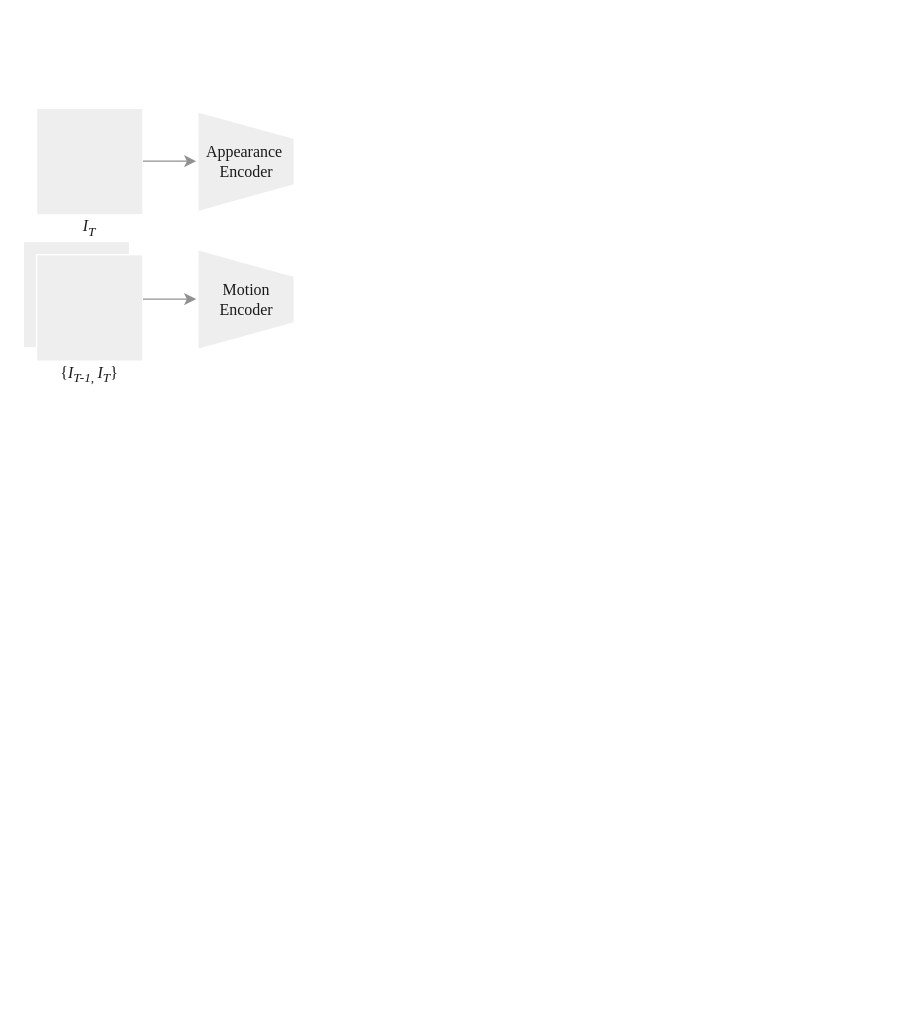
The draw.io diagram 未命名绘图.drawio in cwt000297/CS-Books, before the edit. Source tidied: cells renumbered, new cells numbered last; positions are measured from the earlier drawing's top-left corner, leaving out a move shared by most shapes. Both pictures are drawn from the tidied source at 133%, with x=0, y=0 at pixel (23, 108).
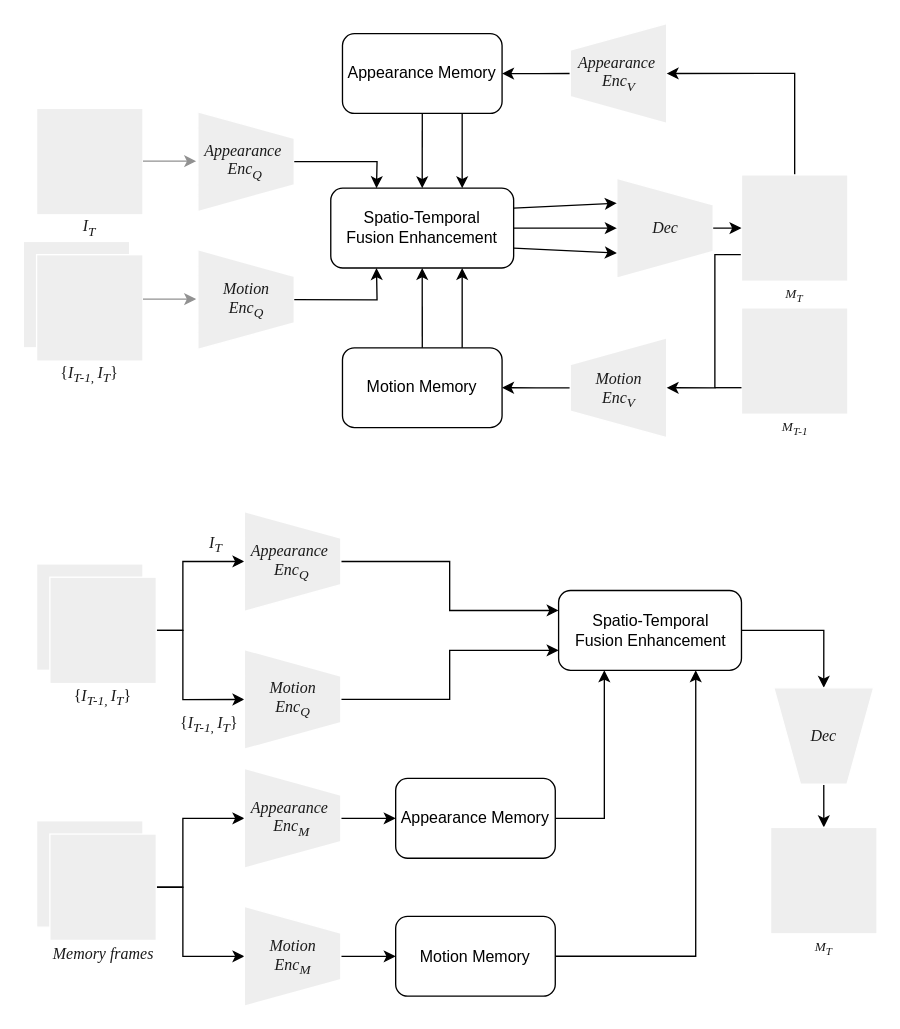
After the change.

Commit message:
更新未命名绘图.drawio

Unchanged cells that the change refers to:
```xml
<mxCell id="8" style="shape=trapezoid;perimeter=trapezoidPerimeter;whiteSpace=wrap;html=1;fixedSize=1;strokeColor=#FFFFFF;fontColor=#1A1A1A;fillColor=#EEEEEE;rotation=90;" parent="1" vertex="1">
  <mxGeometry x="130" y="3.8" width="75" height="72.5" as="geometry" />
</mxCell>
<mxCell id="11" style="shape=trapezoid;perimeter=trapezoidPerimeter;whiteSpace=wrap;html=1;fixedSize=1;strokeColor=#FFFFFF;fontColor=#1A1A1A;fillColor=#EEEEEE;rotation=90;" parent="1" vertex="1">
  <mxGeometry x="130" y="107.5" width="75" height="72.5" as="geometry" />
</mxCell>
```

Diff of the diagram source:
```diff
@@
-    <mxCell id="9" value="&lt;font face=&quot;Times New Roman&quot;&gt;Appearance&amp;nbsp;&lt;br&gt;Encoder&lt;br&gt;&lt;/font&gt;" style="text;strokeColor=none;align=center;fillColor=none;html=1;verticalAlign=middle;whiteSpace=wrap;rounded=0;fontColor=#1A1A1A;" parent="1" vertex="1">
-      <mxGeometry x="142.5" y="30" width="50" height="20" as="geometry" />
+    <mxCell id="9" value="&lt;font face=&quot;Times New Roman&quot;&gt;&lt;i&gt;Appearance&amp;nbsp;&lt;br&gt;Enc&lt;sub&gt;Q&lt;/sub&gt;&lt;/i&gt;&lt;br&gt;&lt;/font&gt;" style="text;strokeColor=none;align=center;fillColor=none;html=1;verticalAlign=middle;whiteSpace=wrap;rounded=0;fontColor=#1A1A1A;" parent="1" vertex="1">
+      <mxGeometry x="142.5" y="30" width="47.5" height="20" as="geometry" />
     </mxCell>
@@
-    <mxCell id="12" value="&lt;font face=&quot;Times New Roman&quot;&gt;Motion&lt;br&gt;Encoder&lt;br&gt;&lt;/font&gt;" style="text;strokeColor=none;align=center;fillColor=none;html=1;verticalAlign=middle;whiteSpace=wrap;rounded=0;fontColor=#1A1A1A;" parent="1" vertex="1">
+    <mxCell id="12" value="&lt;font face=&quot;Times New Roman&quot;&gt;&lt;i&gt;Motion&lt;br&gt;Enc&lt;sub&gt;Q&lt;/sub&gt;&lt;/i&gt;&lt;br&gt;&lt;/font&gt;" style="text;strokeColor=none;align=center;fillColor=none;html=1;verticalAlign=middle;whiteSpace=wrap;rounded=0;fontColor=#1A1A1A;" parent="1" vertex="1">
       <mxGeometry x="142.5" y="133.8" width="50" height="20" as="geometry" />
     </mxCell>
+    <mxCell id="13" value="Motion Memory" style="rounded=1;whiteSpace=wrap;html=1;" parent="1" vertex="1">
+      <mxGeometry x="240" y="180" width="120" height="60" as="geometry" />
+    </mxCell>
+    <mxCell id="14" value="Appearance Memory" style="rounded=1;whiteSpace=wrap;html=1;" parent="1" vertex="1">
+      <mxGeometry x="240" y="-56.2" width="120" height="60" as="geometry" />
+    </mxCell>
+    <mxCell id="15" style="shape=trapezoid;perimeter=trapezoidPerimeter;whiteSpace=wrap;html=1;fixedSize=1;strokeColor=#FFFFFF;fontColor=#1A1A1A;fillColor=#EEEEEE;rotation=90;" parent="1" vertex="1">
+      <mxGeometry x="445" y="53.8" width="75" height="72.5" as="geometry" />
+    </mxCell>
+    <mxCell id="16" value="&lt;font face=&quot;Times New Roman&quot;&gt;&lt;i&gt;Dec&lt;/i&gt;&lt;br&gt;&lt;/font&gt;" style="text;strokeColor=none;align=center;fillColor=none;html=1;verticalAlign=middle;whiteSpace=wrap;rounded=0;fontColor=#1A1A1A;" parent="1" vertex="1">
+      <mxGeometry x="457.5" y="80" width="50" height="20" as="geometry" />
+    </mxCell>
+    <mxCell id="17" style="edgeStyle=orthogonalEdgeStyle;rounded=0;jettySize=auto;html=1;" parent="1" edge="1" source="18" target="13">
+      <mxGeometry relative="1" as="geometry" />
+    </mxCell>
+    <mxCell id="18" style="shape=trapezoid;perimeter=trapezoidPerimeter;whiteSpace=wrap;html=1;fixedSize=1;strokeColor=#FFFFFF;fontColor=#1A1A1A;fillColor=#EEEEEE;rotation=90;direction=west;" parent="1" vertex="1">
+      <mxGeometry x="410" y="173.8" width="75" height="72.5" as="geometry" />
+    </mxCell>
+    <mxCell id="19" value="&lt;font face=&quot;Times New Roman&quot;&gt;&lt;i&gt;Motion&lt;br&gt;Enc&lt;sub&gt;V&lt;/sub&gt;&lt;/i&gt;&lt;br&gt;&lt;/font&gt;" style="text;strokeColor=none;align=center;fillColor=none;html=1;verticalAlign=middle;whiteSpace=wrap;rounded=0;fontColor=#1A1A1A;" parent="1" vertex="1">
+      <mxGeometry x="422.5" y="203.8" width="50" height="16.2" as="geometry" />
+    </mxCell>
+    <mxCell id="20" style="edgeStyle=orthogonalEdgeStyle;rounded=0;jettySize=auto;html=1;" parent="1" edge="1" source="21" target="14">
+      <mxGeometry relative="1" as="geometry" />
+    </mxCell>
+    <mxCell id="21" style="shape=trapezoid;perimeter=trapezoidPerimeter;whiteSpace=wrap;html=1;fixedSize=1;strokeColor=#FFFFFF;fontColor=#1A1A1A;fillColor=#EEEEEE;rotation=90;direction=west;" parent="1" vertex="1">
+      <mxGeometry x="410" y="-62.5" width="75" height="72.5" as="geometry" />
+    </mxCell>
+    <mxCell id="22" value="&lt;font face=&quot;Times New Roman&quot;&gt;&lt;i&gt;Appearance&amp;nbsp;&lt;br&gt;Enc&lt;sub&gt;V&lt;/sub&gt;&lt;/i&gt;&lt;br&gt;&lt;/font&gt;" style="text;strokeColor=none;align=center;fillColor=none;html=1;verticalAlign=middle;whiteSpace=wrap;rounded=0;fontColor=#1A1A1A;" parent="1" vertex="1">
+      <mxGeometry x="422.5" y="-36.2" width="50" height="20" as="geometry" />
+    </mxCell>
+    <mxCell id="23" style="edgeStyle=orthogonalEdgeStyle;rounded=0;jettySize=auto;html=1;exitX=0;exitY=0.75;exitDx=0;exitDy=0;entryX=0.5;entryY=1;entryDx=0;entryDy=0;horizontal=1;" parent="1" edge="1" source="25" target="18">
+      <mxGeometry relative="1" as="geometry">
+        <Array as="points">
+          <mxPoint x="520" y="110.5" />
+          <mxPoint x="520" y="210.5" />
+        </Array>
+      </mxGeometry>
+    </mxCell>
+    <mxCell id="24" style="edgeStyle=orthogonalEdgeStyle;rounded=0;jettySize=auto;html=1;entryX=0.5;entryY=1;entryDx=0;entryDy=0;" parent="1" edge="1" source="25" target="21">
+      <mxGeometry relative="1" as="geometry">
+        <Array as="points">
+          <mxPoint x="580" y="-26.5" />
+        </Array>
+      </mxGeometry>
+    </mxCell>
+    <mxCell id="25" style="whiteSpace=wrap;html=1;strokeColor=#FFFFFF;fontColor=#1A1A1A;fillColor=#EEEEEE;shadow=0;" parent="1" vertex="1">
+      <mxGeometry x="540" y="50" width="80" height="80" as="geometry" />
+    </mxCell>
+    <mxCell id="26" style="whiteSpace=wrap;html=1;strokeColor=#FFFFFF;fontColor=#1A1A1A;fillColor=#EEEEEE;shadow=0;" parent="1" vertex="1">
+      <mxGeometry x="540" y="150" width="80" height="80" as="geometry" />
+    </mxCell>
+    <mxCell id="27" value="&lt;font size=&quot;1&quot; face=&quot;Times New Roman&quot;&gt;&lt;i&gt;M&lt;sub&gt;T&lt;/sub&gt;&lt;/i&gt;&lt;/font&gt;" style="text;strokeColor=none;align=center;fillColor=none;html=1;verticalAlign=middle;whiteSpace=wrap;rounded=0;fontColor=#1A1A1A;" parent="1" vertex="1">
+      <mxGeometry x="571.2" y="130" width="17.5" height="20" as="geometry" />
+    </mxCell>
+    <mxCell id="28" value="Spatio-Temporal&lt;br&gt;Fusion Enhancement" style="rounded=1;whiteSpace=wrap;html=1;" parent="1" vertex="1">
+      <mxGeometry x="231.2" y="60" width="137.5" height="60" as="geometry" />
+    </mxCell>
+    <mxCell id="29" style="endArrow=classic;html=1;rounded=0;exitX=0.5;exitY=0;exitDx=0;exitDy=0;entryX=0.25;entryY=0;entryDx=0;entryDy=0;" parent="1" edge="1" source="8" target="28">
+      <mxGeometry relative="1" as="geometry">
+        <Array as="points">
+          <mxPoint x="266" y="40" />
+        </Array>
+      </mxGeometry>
+    </mxCell>
+    <mxCell id="30" style="endArrow=classic;html=1;rounded=0;exitX=0.5;exitY=1;exitDx=0;exitDy=0;entryX=0.5;entryY=0;entryDx=0;entryDy=0;" parent="1" edge="1" source="14" target="28">
+      <mxGeometry relative="1" as="geometry" />
+    </mxCell>
+    <mxCell id="31" style="endArrow=classic;html=1;rounded=0;exitX=0.75;exitY=1;exitDx=0;exitDy=0;" parent="1" edge="1" source="14">
+      <mxGeometry relative="1" as="geometry">
+        <mxPoint x="330" y="60" as="targetPoint" />
+      </mxGeometry>
+    </mxCell>
+    <mxCell id="32" style="endArrow=classic;html=1;rounded=0;exitX=0.5;exitY=0;exitDx=0;exitDy=0;entryX=0.25;entryY=1;entryDx=0;entryDy=0;" parent="1" edge="1" source="11" target="28">
+      <mxGeometry relative="1" as="geometry">
+        <Array as="points">
+          <mxPoint x="266" y="144" />
+        </Array>
+      </mxGeometry>
+    </mxCell>
+    <mxCell id="33" style="endArrow=classic;html=1;rounded=0;exitX=0.5;exitY=0;exitDx=0;exitDy=0;entryX=0.5;entryY=1;entryDx=0;entryDy=0;" parent="1" edge="1" source="13" target="28">
+      <mxGeometry relative="1" as="geometry" />
+    </mxCell>
+    <mxCell id="34" style="endArrow=classic;html=1;rounded=0;exitX=0.75;exitY=0;exitDx=0;exitDy=0;" parent="1" edge="1" source="13">
+      <mxGeometry relative="1" as="geometry">
+        <mxPoint x="330" y="120" as="targetPoint" />
+      </mxGeometry>
+    </mxCell>
+    <mxCell id="35" style="endArrow=classic;html=1;rounded=0;exitX=1;exitY=0.25;exitDx=0;exitDy=0;entryX=0.25;entryY=1;entryDx=0;entryDy=0;" parent="1" edge="1" source="28" target="15">
+      <mxGeometry relative="1" as="geometry" />
+    </mxCell>
+    <mxCell id="36" style="endArrow=classic;html=1;rounded=0;exitX=1;exitY=0.5;exitDx=0;exitDy=0;entryX=0.5;entryY=1;entryDx=0;entryDy=0;" parent="1" edge="1" source="28" target="15">
+      <mxGeometry relative="1" as="geometry" />
+    </mxCell>
+    <mxCell id="37" style="endArrow=classic;html=1;rounded=0;exitX=1;exitY=0.75;exitDx=0;exitDy=0;entryX=0.75;entryY=1;entryDx=0;entryDy=0;" parent="1" edge="1" source="28" target="15">
+      <mxGeometry relative="1" as="geometry" />
+    </mxCell>
+    <mxCell id="38" style="endArrow=classic;html=1;rounded=0;exitX=0.5;exitY=0;exitDx=0;exitDy=0;entryX=0;entryY=0.5;entryDx=0;entryDy=0;" parent="1" edge="1" source="15" target="25">
+      <mxGeometry relative="1" as="geometry" />
+    </mxCell>
+    <mxCell id="39" value="&lt;font size=&quot;1&quot; face=&quot;Times New Roman&quot;&gt;&lt;i&gt;M&lt;sub&gt;T-1&lt;/sub&gt;&lt;/i&gt;&lt;/font&gt;" style="text;strokeColor=none;align=center;fillColor=none;html=1;verticalAlign=middle;whiteSpace=wrap;rounded=0;fontColor=#1A1A1A;" parent="1" vertex="1">
+      <mxGeometry x="565.6" y="230" width="28.8" height="20" as="geometry" />
+    </mxCell>
+    <mxCell id="40" style="whiteSpace=wrap;html=1;strokeColor=#FFFFFF;fontColor=#1A1A1A;fillColor=#EEEEEE;shadow=0;" parent="1" vertex="1">
+      <mxGeometry x="10" y="342.5" width="80" height="80" as="geometry" />
+    </mxCell>
+    <mxCell id="41" style="edgeStyle=orthogonalEdgeStyle;rounded=0;jettySize=auto;html=1;" parent="1" edge="1" source="43" target="49">
+      <mxGeometry relative="1" as="geometry">
+        <Array as="points">
+          <mxPoint x="120" y="392.5" />
+          <mxPoint x="120" y="444.5" />
+        </Array>
+      </mxGeometry>
+    </mxCell>
+    <mxCell id="42" style="edgeStyle=orthogonalEdgeStyle;rounded=0;jettySize=auto;html=1;entryX=0.5;entryY=1;entryDx=0;entryDy=0;" parent="1" edge="1" source="43" target="46">
+      <mxGeometry relative="1" as="geometry">
+        <Array as="points">
+          <mxPoint x="120" y="392.5" />
+          <mxPoint x="120" y="340.5" />
+        </Array>
+      </mxGeometry>
+    </mxCell>
+    <mxCell id="43" style="whiteSpace=wrap;html=1;strokeColor=#FFFFFF;fontColor=#1A1A1A;fillColor=#EEEEEE;shadow=0;" parent="1" vertex="1">
+      <mxGeometry x="20" y="352.5" width="80" height="80" as="geometry" />
+    </mxCell>
+    <mxCell id="44" value="&lt;font face=&quot;Times New Roman&quot;&gt;{&lt;i&gt;I&lt;/i&gt;&lt;sub style=&quot;font-style: italic;&quot;&gt;T-1,&amp;nbsp;&lt;/sub&gt;&lt;i&gt;I&lt;/i&gt;&lt;sub style=&quot;font-style: italic;&quot;&gt;T&lt;/sub&gt;}&lt;/font&gt;" style="text;strokeColor=none;align=center;fillColor=none;html=1;verticalAlign=middle;whiteSpace=wrap;rounded=0;fontColor=#1A1A1A;" parent="1" vertex="1">
+      <mxGeometry x="35" y="432.5" width="50" height="20" as="geometry" />
+    </mxCell>
+    <mxCell id="45" style="edgeStyle=orthogonalEdgeStyle;rounded=0;jettySize=auto;html=1;entryX=0;entryY=0.25;entryDx=0;entryDy=0;" parent="1" edge="1" source="46" target="71">
+      <mxGeometry relative="1" as="geometry" />
+    </mxCell>
+    <mxCell id="46" style="shape=trapezoid;perimeter=trapezoidPerimeter;whiteSpace=wrap;html=1;fixedSize=1;strokeColor=#FFFFFF;fontColor=#1A1A1A;fillColor=#EEEEEE;rotation=90;" parent="1" vertex="1">
+      <mxGeometry x="165" y="304.4" width="75" height="72.5" as="geometry" />
+    </mxCell>
+    <mxCell id="47" value="&lt;font face=&quot;Times New Roman&quot;&gt;&lt;i&gt;Appearance&amp;nbsp;&lt;br&gt;Enc&lt;sub&gt;Q&lt;/sub&gt;&lt;/i&gt;&lt;br&gt;&lt;/font&gt;" style="text;strokeColor=none;align=center;fillColor=none;html=1;verticalAlign=middle;whiteSpace=wrap;rounded=0;fontColor=#1A1A1A;" parent="1" vertex="1">
+      <mxGeometry x="177.5" y="330.6" width="47.5" height="20" as="geometry" />
+    </mxCell>
+    <mxCell id="48" style="edgeStyle=orthogonalEdgeStyle;rounded=0;jettySize=auto;html=1;entryX=0;entryY=0.75;entryDx=0;entryDy=0;" parent="1" edge="1" source="49" target="71">
+      <mxGeometry relative="1" as="geometry" />
+    </mxCell>
+    <mxCell id="49" style="shape=trapezoid;perimeter=trapezoidPerimeter;whiteSpace=wrap;html=1;fixedSize=1;strokeColor=#FFFFFF;fontColor=#1A1A1A;fillColor=#EEEEEE;rotation=90;" parent="1" vertex="1">
+      <mxGeometry x="165" y="408.1" width="75" height="72.5" as="geometry" />
+    </mxCell>
+    <mxCell id="50" value="&lt;font face=&quot;Times New Roman&quot;&gt;&lt;i&gt;Motion&lt;br&gt;Enc&lt;sub&gt;Q&lt;/sub&gt;&lt;/i&gt;&lt;br&gt;&lt;/font&gt;" style="text;strokeColor=none;align=center;fillColor=none;html=1;verticalAlign=middle;whiteSpace=wrap;rounded=0;fontColor=#1A1A1A;" parent="1" vertex="1">
+      <mxGeometry x="177.5" y="434.4" width="50" height="20" as="geometry" />
+    </mxCell>
+    <mxCell id="51" style="ellipse;whiteSpace=wrap;html=1;align=center;fillColor=none;strokeColor=none;perimeter=centerPerimeter;" parent="1" vertex="1">
+      <mxGeometry x="400" y="408.1" width="10" height="10" as="geometry" />
+    </mxCell>
+    <mxCell id="52" style="whiteSpace=wrap;html=1;strokeColor=#FFFFFF;fontColor=#1A1A1A;fillColor=#EEEEEE;shadow=0;" parent="1" vertex="1">
+      <mxGeometry x="10" y="535.6" width="80" height="80" as="geometry" />
+    </mxCell>
+    <mxCell id="53" style="edgeStyle=orthogonalEdgeStyle;rounded=0;jettySize=auto;html=1;" parent="1" edge="1" source="55" target="61">
+      <mxGeometry relative="1" as="geometry">
+        <Array as="points">
+          <mxPoint x="120" y="585.5" />
+          <mxPoint x="120" y="637.5" />
+        </Array>
+      </mxGeometry>
+    </mxCell>
+    <mxCell id="54" style="edgeStyle=orthogonalEdgeStyle;rounded=0;jettySize=auto;html=1;entryX=0.5;entryY=1;entryDx=0;entryDy=0;" parent="1" edge="1" source="55" target="58">
+      <mxGeometry relative="1" as="geometry">
+        <Array as="points">
+          <mxPoint x="120" y="585.5" />
+          <mxPoint x="120" y="533.5" />
+        </Array>
+      </mxGeometry>
+    </mxCell>
+    <mxCell id="55" style="whiteSpace=wrap;html=1;strokeColor=#FFFFFF;fontColor=#1A1A1A;fillColor=#EEEEEE;shadow=0;" parent="1" vertex="1">
+      <mxGeometry x="20" y="545.6" width="80" height="80" as="geometry" />
+    </mxCell>
+    <mxCell id="56" value="&lt;font face=&quot;Times New Roman&quot;&gt;&lt;i&gt;Memory frames&lt;/i&gt;&lt;/font&gt;" style="text;strokeColor=none;align=center;fillColor=none;html=1;verticalAlign=middle;whiteSpace=wrap;rounded=0;fontColor=#1A1A1A;" parent="1" vertex="1">
+      <mxGeometry x="12.5" y="625.6" width="95" height="20" as="geometry" />
+    </mxCell>
+    <mxCell id="57" style="edgeStyle=orthogonalEdgeStyle;rounded=0;jettySize=auto;html=1;" parent="1" edge="1" source="58" target="69">
+      <mxGeometry relative="1" as="geometry" />
+    </mxCell>
+    <mxCell id="58" style="shape=trapezoid;perimeter=trapezoidPerimeter;whiteSpace=wrap;html=1;fixedSize=1;strokeColor=#FFFFFF;fontColor=#1A1A1A;fillColor=#EEEEEE;rotation=90;" parent="1" vertex="1">
+      <mxGeometry x="165" y="497.5" width="75" height="72.5" as="geometry" />
+    </mxCell>
+    <mxCell id="59" value="&lt;font face=&quot;Times New Roman&quot;&gt;&lt;i&gt;Appearance&amp;nbsp;&lt;br&gt;Enc&lt;sub&gt;M&lt;/sub&gt;&lt;/i&gt;&lt;br&gt;&lt;/font&gt;" style="text;strokeColor=none;align=center;fillColor=none;html=1;verticalAlign=middle;whiteSpace=wrap;rounded=0;fontColor=#1A1A1A;" parent="1" vertex="1">
+      <mxGeometry x="177.5" y="523.8" width="47.5" height="20" as="geometry" />
+    </mxCell>
+    <mxCell id="60" style="edgeStyle=orthogonalEdgeStyle;rounded=0;jettySize=auto;html=1;" parent="1" edge="1" source="61" target="67">
+      <mxGeometry relative="1" as="geometry" />
+    </mxCell>
+    <mxCell id="61" style="shape=trapezoid;perimeter=trapezoidPerimeter;whiteSpace=wrap;html=1;fixedSize=1;strokeColor=#FFFFFF;fontColor=#1A1A1A;fillColor=#EEEEEE;rotation=90;" parent="1" vertex="1">
+      <mxGeometry x="165" y="601.3" width="75" height="72.5" as="geometry" />
+    </mxCell>
+    <mxCell id="62" value="&lt;font face=&quot;Times New Roman&quot;&gt;&lt;i&gt;Motion&lt;br&gt;Enc&lt;sub&gt;M&lt;/sub&gt;&lt;/i&gt;&lt;br&gt;&lt;/font&gt;" style="text;strokeColor=none;align=center;fillColor=none;html=1;verticalAlign=middle;whiteSpace=wrap;rounded=0;fontColor=#1A1A1A;" parent="1" vertex="1">
+      <mxGeometry x="177.5" y="627.5" width="50" height="20" as="geometry" />
+    </mxCell>
+    <mxCell id="63" style="ellipse;whiteSpace=wrap;html=1;align=center;fillColor=none;strokeColor=none;perimeter=centerPerimeter;" parent="1" vertex="1">
+      <mxGeometry x="330" y="610.6" width="10" height="10" as="geometry" />
+    </mxCell>
+    <mxCell id="64" value="&lt;font face=&quot;Times New Roman&quot;&gt;{&lt;i&gt;I&lt;/i&gt;&lt;sub style=&quot;font-style: italic;&quot;&gt;T-1,&amp;nbsp;&lt;/sub&gt;&lt;i&gt;I&lt;/i&gt;&lt;sub style=&quot;font-style: italic;&quot;&gt;T&lt;/sub&gt;}&lt;/font&gt;" style="text;strokeColor=none;align=center;fillColor=none;html=1;verticalAlign=middle;whiteSpace=wrap;rounded=0;fontColor=#1A1A1A;" parent="1" vertex="1">
+      <mxGeometry x="115" y="452.5" width="50" height="20" as="geometry" />
+    </mxCell>
+    <mxCell id="65" value="&lt;i&gt;&lt;font face=&quot;Times New Roman&quot;&gt;I&lt;sub&gt;T&lt;/sub&gt;&lt;/font&gt;&lt;/i&gt;" style="text;strokeColor=none;align=center;fillColor=none;html=1;verticalAlign=middle;whiteSpace=wrap;rounded=0;fontColor=#1A1A1A;" parent="1" vertex="1">
+      <mxGeometry x="135" y="317.5" width="20" height="20" as="geometry" />
+    </mxCell>
+    <mxCell id="66" style="edgeStyle=orthogonalEdgeStyle;rounded=0;jettySize=auto;html=1;entryX=0.75;entryY=1;entryDx=0;entryDy=0;" parent="1" edge="1" source="67" target="71">
+      <mxGeometry relative="1" as="geometry" />
+    </mxCell>
+    <mxCell id="67" value="Motion Memory" style="rounded=1;whiteSpace=wrap;html=1;" parent="1" vertex="1">
+      <mxGeometry x="280" y="607.5" width="120" height="60" as="geometry" />
+    </mxCell>
+    <mxCell id="68" style="edgeStyle=orthogonalEdgeStyle;rounded=0;jettySize=auto;html=1;entryX=0.25;entryY=1;entryDx=0;entryDy=0;" parent="1" edge="1" source="69" target="71">
+      <mxGeometry relative="1" as="geometry" />
+    </mxCell>
+    <mxCell id="69" value="Appearance Memory" style="rounded=1;whiteSpace=wrap;html=1;" parent="1" vertex="1">
+      <mxGeometry x="280" y="503.8" width="120" height="60" as="geometry" />
+    </mxCell>
+    <mxCell id="70" style="edgeStyle=orthogonalEdgeStyle;rounded=0;jettySize=auto;html=1;" parent="1" edge="1" source="71" target="73">
+      <mxGeometry relative="1" as="geometry" />
+    </mxCell>
+    <mxCell id="71" value="Spatio-Temporal&lt;br&gt;Fusion Enhancement" style="rounded=1;whiteSpace=wrap;html=1;" parent="1" vertex="1">
+      <mxGeometry x="402.5" y="362.5" width="137.5" height="60" as="geometry" />
+    </mxCell>
+    <mxCell id="72" style="edgeStyle=orthogonalEdgeStyle;rounded=0;jettySize=auto;html=1;" parent="1" edge="1" source="73" target="75">
+      <mxGeometry relative="1" as="geometry" />
+    </mxCell>
+    <mxCell id="73" style="shape=trapezoid;perimeter=trapezoidPerimeter;whiteSpace=wrap;html=1;fixedSize=1;strokeColor=#FFFFFF;fontColor=#1A1A1A;fillColor=#EEEEEE;rotation=90;direction=south;" parent="1" vertex="1">
+      <mxGeometry x="565.6" y="434.4" width="72.5" height="75" as="geometry" />
+    </mxCell>
+    <mxCell id="74" value="&lt;font face=&quot;Times New Roman&quot;&gt;&lt;i&gt;Dec&lt;/i&gt;&lt;br&gt;&lt;/font&gt;" style="text;strokeColor=none;align=center;fillColor=none;html=1;verticalAlign=middle;whiteSpace=wrap;rounded=0;fontColor=#1A1A1A;" parent="1" vertex="1">
+      <mxGeometry x="576.9" y="461.9" width="50" height="20" as="geometry" />
+    </mxCell>
+    <mxCell id="75" style="whiteSpace=wrap;html=1;strokeColor=#FFFFFF;fontColor=#1A1A1A;fillColor=#EEEEEE;shadow=0;" parent="1" vertex="1">
+      <mxGeometry x="561.9" y="540.6" width="80" height="80" as="geometry" />
+    </mxCell>
+    <mxCell id="76" value="&lt;font size=&quot;1&quot; face=&quot;Times New Roman&quot;&gt;&lt;i&gt;M&lt;sub&gt;T&lt;/sub&gt;&lt;/i&gt;&lt;/font&gt;" style="text;strokeColor=none;align=center;fillColor=none;html=1;verticalAlign=middle;whiteSpace=wrap;rounded=0;fontColor=#1A1A1A;" parent="1" vertex="1">
+      <mxGeometry x="593.1" y="620.6" width="17.5" height="20" as="geometry" />
+    </mxCell>
+    <mxCell id="77" style="line;strokeWidth=1;html=1;fontSize=11;horizontal=1;verticalAlign=top;" parent="1" vertex="1">
+      <mxGeometry x="520" y="205" width="20" height="10" as="geometry" />
+    </mxCell>
```
